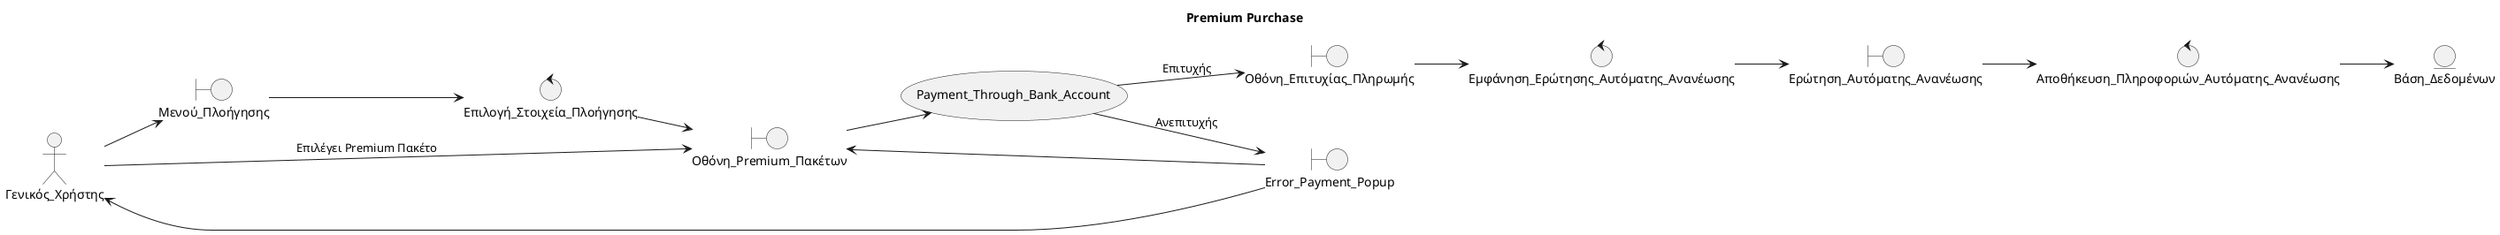
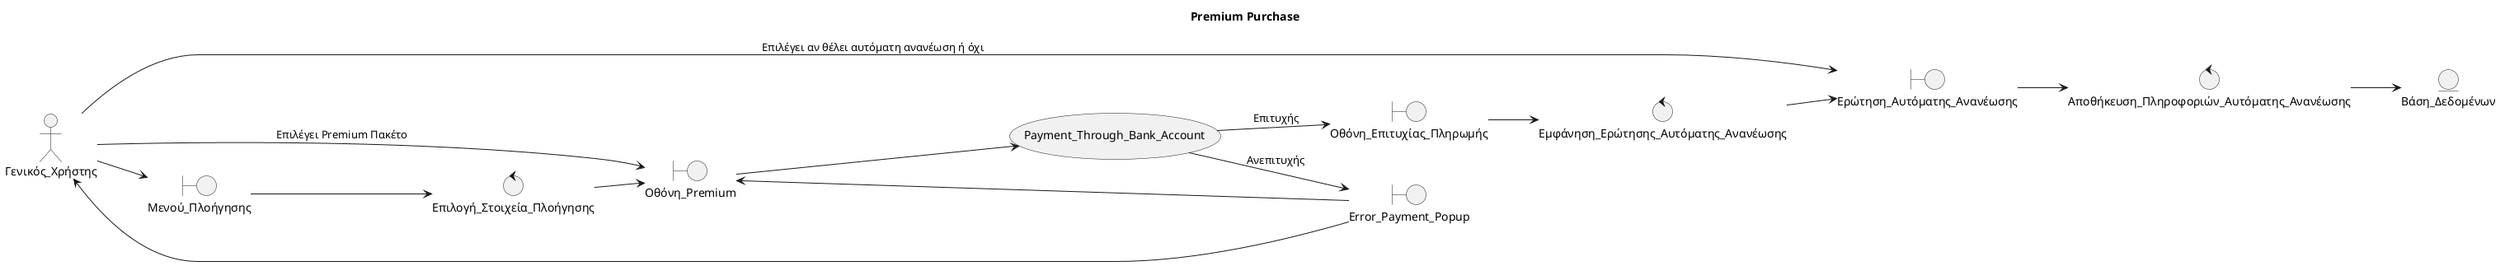
@startuml name

title Premium Purchase

left to right direction

skinparam shadowing false
skinparam roundcorner 10

' =====================================================
' ACTORS
' =====================================================

actor Γενικός_Χρήστης

' =====================================================
' BOUNDARY OBJECTS
' =====================================================

boundary Μενού_Πλοήγησης
- boundary Οθόνη_Premium_Πακέτων
+ boundary Οθόνη_Premium
boundary Οθόνη_Επιτυχίας_Πληρωμής
boundary Error_Payment_Popup
boundary Ερώτηση_Αυτόματης_Ανανέωσης



' =====================================================
' CONTROL OBJECTS
' =====================================================

control Επιλογή_Στοιχεία_Πλοήγησης
control Εμφάνηση_Ερώτησης_Αυτόματης_Ανανέωσης
control Αποθήκευση_Πληροφοριών_Αυτόματης_Ανανέωσης

' =====================================================
' ENTITY OBJECTS
' =====================================================

entity Βάση_Δεδομένων


' =====================================================
' USE CASES
' =====================================================

usecase Payment_Through_Bank_Account

' =====================================================
' INTERACTIONS
' =====================================================
Γενικός_Χρήστης --> Μενού_Πλοήγησης
Μενού_Πλοήγησης --> Επιλογή_Στοιχεία_Πλοήγησης
- Επιλογή_Στοιχεία_Πλοήγησης --> Οθόνη_Premium_Πακέτων
- Γενικός_Χρήστης --> Οθόνη_Premium_Πακέτων : Επιλέγει Premium Πακέτο
- Οθόνη_Premium_Πακέτων --> Payment_Through_Bank_Account
+ Επιλογή_Στοιχεία_Πλοήγησης --> Οθόνη_Premium
+ Γενικός_Χρήστης --> Οθόνη_Premium : Επιλέγει Premium Πακέτο
+ Οθόνη_Premium --> Payment_Through_Bank_Account
Payment_Through_Bank_Account --> Οθόνη_Επιτυχίας_Πληρωμής : Επιτυχής
Payment_Through_Bank_Account --> Error_Payment_Popup : Ανεπιτυχής
Error_Payment_Popup --> Γενικός_Χρήστης
- Error_Payment_Popup --> Οθόνη_Premium_Πακέτων
+ Error_Payment_Popup --> Οθόνη_Premium
' Δε ξέρω τι να βάλω για control εδώ, 150 render δεν έχουν νόημα
Οθόνη_Επιτυχίας_Πληρωμής --> Εμφάνηση_Ερώτησης_Αυτόματης_Ανανέωσης
Εμφάνηση_Ερώτησης_Αυτόματης_Ανανέωσης --> Ερώτηση_Αυτόματης_Ανανέωσης
+ Γενικός_Χρήστης --> Ερώτηση_Αυτόματης_Ανανέωσης : Επιλέγει αν θέλει αυτόματη ανανέωση ή όχι
Ερώτηση_Αυτόματης_Ανανέωσης --> Αποθήκευση_Πληροφοριών_Αυτόματης_Ανανέωσης
Αποθήκευση_Πληροφοριών_Αυτόματης_Ανανέωσης --> Βάση_Δεδομένων




@enduml